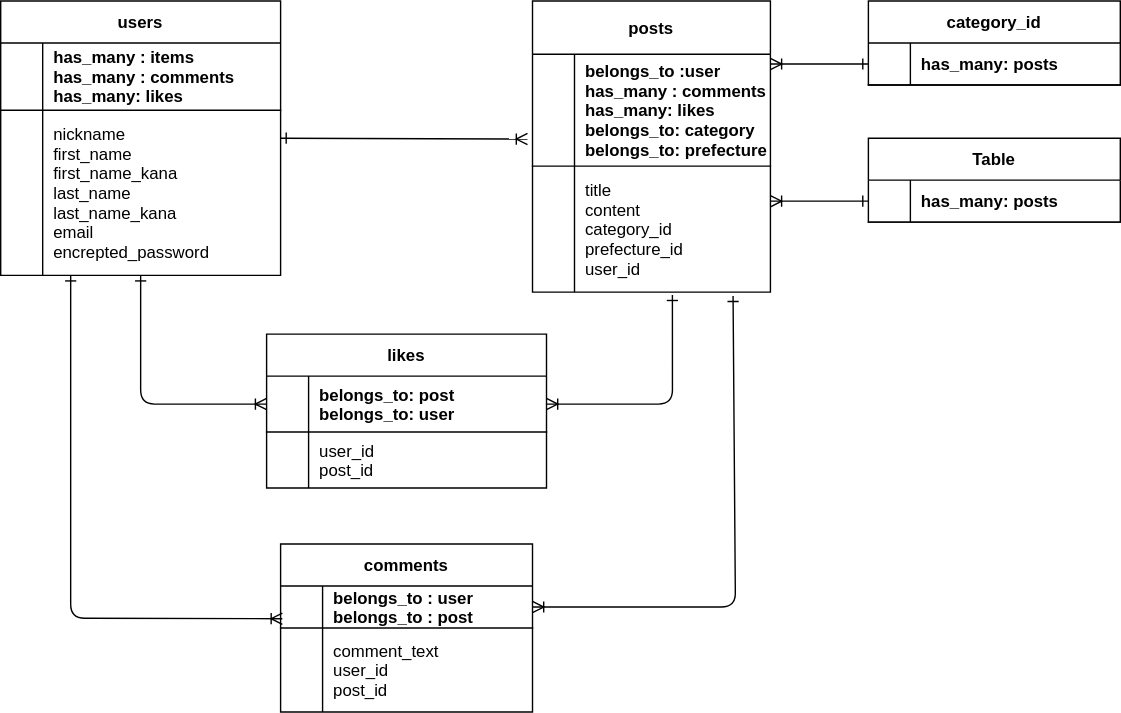
Earlier version of the draw.io export ER.drawio.svg (becko629/fathers_app). Source tidied: cells renumbered, new cells last; positions are measured from the earlier drawing's top-left corner, leaving out a move shared by most shapes. Source of this version:
```xml
<mxGraphModel>
  <root>
    <mxCell id="0" />
    <mxCell id="1" parent="0" />
    <mxCell id="2" style="edgeStyle=none;html=1;exitX=1;exitY=0.5;exitDx=0;exitDy=0;entryX=-0.021;entryY=0.758;entryDx=0;entryDy=0;entryPerimeter=0;endArrow=ERoneToMany;endFill=0;startArrow=ERone;startFill=0;" parent="1" edge="1" source="5" target="15">
      <mxGeometry relative="1" as="geometry" />
    </mxCell>
    <mxCell id="3" style="edgeStyle=none;html=1;exitX=0.25;exitY=1;exitDx=0;exitDy=0;entryX=0.007;entryY=-0.111;entryDx=0;entryDy=0;entryPerimeter=0;startArrow=ERone;startFill=0;endArrow=ERoneToMany;endFill=0;" parent="1" edge="1" source="5" target="25">
      <mxGeometry relative="1" as="geometry">
        <Array as="points">
          <mxPoint x="50" y="441" />
        </Array>
      </mxGeometry>
    </mxCell>
    <mxCell id="4" style="edgeStyle=none;html=1;exitX=0.5;exitY=1;exitDx=0;exitDy=0;entryX=0;entryY=0.5;entryDx=0;entryDy=0;startArrow=ERone;startFill=0;endArrow=ERoneToMany;endFill=0;" parent="1" edge="1" source="5" target="29">
      <mxGeometry relative="1" as="geometry">
        <Array as="points">
          <mxPoint x="100" y="288" />
        </Array>
      </mxGeometry>
    </mxCell>
    <mxCell id="5" value="users" style="shape=table;startSize=30;rowLines=0;fontStyle=1;align=center;" parent="1" vertex="1">
      <mxGeometry width="200" height="196" as="geometry" />
    </mxCell>
    <mxCell id="6" style="shape=tableRow;horizontal=0;startSize=0;swimlaneHead=0;swimlaneBody=0;fillColor=none;top=0;left=0;right=0;bottom=1;" parent="5" vertex="1">
      <mxGeometry y="30" width="200" height="48" as="geometry" />
    </mxCell>
    <mxCell id="7" style="shape=partialRectangle;fillColor=none;top=0;left=0;bottom=0;right=0;fontStyle=1;overflow=hidden;" parent="6" vertex="1">
      <mxGeometry width="30" height="48" as="geometry" />
    </mxCell>
    <mxCell id="8" value="has_many : items&#10;has_many : comments&#10;has_many: likes" style="shape=partialRectangle;fillColor=none;top=0;left=0;bottom=0;right=0;align=left;spacingLeft=6;fontStyle=1;overflow=hidden;" parent="6" vertex="1">
      <mxGeometry x="30" width="170" height="48" as="geometry" />
    </mxCell>
    <mxCell id="9" style="shape=tableRow;horizontal=0;startSize=0;swimlaneHead=0;swimlaneBody=0;fillColor=none;top=0;left=0;right=0;bottom=0;" parent="5" vertex="1">
      <mxGeometry y="78" width="200" height="118" as="geometry" />
    </mxCell>
    <mxCell id="10" style="shape=partialRectangle;fillColor=none;top=0;left=0;bottom=0;right=0;overflow=hidden;" parent="9" vertex="1">
      <mxGeometry width="30" height="118" as="geometry" />
    </mxCell>
    <mxCell id="11" value="nickname&#10;first_name&#10;first_name_kana&#10;last_name&#10;last_name_kana&#10;email&#10;encrepted_password" style="shape=partialRectangle;fillColor=none;top=0;left=0;bottom=0;right=0;align=left;spacingLeft=6;overflow=hidden;" parent="9" vertex="1">
      <mxGeometry x="30" width="170" height="118" as="geometry" />
    </mxCell>
    <mxCell id="12" style="edgeStyle=none;html=1;exitX=0.843;exitY=1.03;exitDx=0;exitDy=0;startArrow=ERone;startFill=0;endArrow=ERoneToMany;endFill=0;entryX=1;entryY=0.5;entryDx=0;entryDy=0;exitPerimeter=0;" parent="1" edge="1" source="18" target="22">
      <mxGeometry relative="1" as="geometry">
        <Array as="points">
          <mxPoint x="525" y="433" />
        </Array>
      </mxGeometry>
    </mxCell>
    <mxCell id="13" style="edgeStyle=none;html=1;exitX=0.588;exitY=1.022;exitDx=0;exitDy=0;entryX=1;entryY=0.5;entryDx=0;entryDy=0;startArrow=ERone;startFill=0;endArrow=ERoneToMany;endFill=0;exitPerimeter=0;" parent="1" edge="1" source="18" target="29">
      <mxGeometry relative="1" as="geometry">
        <Array as="points">
          <mxPoint x="480" y="288" />
        </Array>
      </mxGeometry>
    </mxCell>
    <mxCell id="14" value="posts" style="shape=table;startSize=38;rowLines=0;fontStyle=1;align=center;" parent="1" vertex="1">
      <mxGeometry x="380" width="170" height="208" as="geometry" />
    </mxCell>
    <mxCell id="15" style="shape=tableRow;horizontal=0;startSize=0;swimlaneHead=0;swimlaneBody=0;fillColor=none;points=[[0,0.5],[1,0.5]];portConstraint=eastwest;top=0;left=0;right=0;bottom=1;" parent="14" vertex="1">
      <mxGeometry y="38" width="170" height="80" as="geometry" />
    </mxCell>
    <mxCell id="16" style="shape=partialRectangle;fillColor=none;top=0;left=0;bottom=0;right=0;fontStyle=1;overflow=hidden;" parent="15" vertex="1">
      <mxGeometry width="30" height="80" as="geometry" />
    </mxCell>
    <mxCell id="17" value="belongs_to :user&#10;has_many : comments&#10;has_many: likes&#10;belongs_to: category&#10;belongs_to: prefecture" style="shape=partialRectangle;fillColor=none;top=0;left=0;bottom=0;right=0;align=left;spacingLeft=6;fontStyle=1;overflow=hidden;" parent="15" vertex="1">
      <mxGeometry x="30" width="140" height="80" as="geometry" />
    </mxCell>
    <mxCell id="18" style="shape=tableRow;horizontal=0;startSize=0;swimlaneHead=0;swimlaneBody=0;fillColor=none;points=[[0,0.5],[1,0.5]];portConstraint=eastwest;top=0;left=0;right=0;bottom=0;" parent="14" vertex="1">
      <mxGeometry y="118" width="170" height="90" as="geometry" />
    </mxCell>
    <mxCell id="19" style="shape=partialRectangle;fillColor=none;top=0;left=0;bottom=0;right=0;overflow=hidden;" parent="18" vertex="1">
      <mxGeometry width="30" height="90" as="geometry" />
    </mxCell>
    <mxCell id="20" value="title&#10;content&#10;category_id&#10;prefecture_id&#10;user_id" style="shape=partialRectangle;fillColor=none;top=0;left=0;bottom=0;right=0;align=left;spacingLeft=6;overflow=hidden;" parent="18" vertex="1">
      <mxGeometry x="30" width="140" height="90" as="geometry" />
    </mxCell>
    <mxCell id="21" value="comments" style="shape=table;startSize=30;rowLines=0;fontStyle=1;align=center;" parent="1" vertex="1">
      <mxGeometry x="200" y="388" width="180" height="120" as="geometry" />
    </mxCell>
    <mxCell id="22" style="shape=tableRow;horizontal=0;startSize=0;swimlaneHead=0;swimlaneBody=0;fillColor=none;points=[[0,0.5],[1,0.5]];portConstraint=eastwest;top=0;left=0;right=0;bottom=1;" parent="21" vertex="1">
      <mxGeometry y="30" width="180" height="30" as="geometry" />
    </mxCell>
    <mxCell id="23" style="shape=partialRectangle;fillColor=none;top=0;left=0;bottom=0;right=0;fontStyle=1;overflow=hidden;" parent="22" vertex="1">
      <mxGeometry width="30" height="30" as="geometry" />
    </mxCell>
    <mxCell id="24" value="belongs_to : user&#10;belongs_to : post" style="shape=partialRectangle;fillColor=none;top=0;left=0;bottom=0;right=0;align=left;spacingLeft=6;fontStyle=1;overflow=hidden;" parent="22" vertex="1">
      <mxGeometry x="30" width="150" height="30" as="geometry" />
    </mxCell>
    <mxCell id="25" style="shape=tableRow;horizontal=0;startSize=0;swimlaneHead=0;swimlaneBody=0;fillColor=none;points=[[0,0.5],[1,0.5]];portConstraint=eastwest;top=0;left=0;right=0;bottom=0;" parent="21" vertex="1">
      <mxGeometry y="60" width="180" height="60" as="geometry" />
    </mxCell>
    <mxCell id="26" style="shape=partialRectangle;fillColor=none;top=0;left=0;bottom=0;right=0;overflow=hidden;" parent="25" vertex="1">
      <mxGeometry width="30" height="60" as="geometry" />
    </mxCell>
    <mxCell id="27" value="comment_text&#10;user_id&#10;post_id" style="shape=partialRectangle;fillColor=none;top=0;left=0;bottom=0;right=0;align=left;spacingLeft=6;overflow=hidden;" parent="25" vertex="1">
      <mxGeometry x="30" width="150" height="60" as="geometry" />
    </mxCell>
    <mxCell id="28" value="likes" style="shape=table;startSize=30;rowLines=0;fontStyle=1;align=center;" parent="1" vertex="1">
      <mxGeometry x="190" y="238" width="200" height="110" as="geometry" />
    </mxCell>
    <mxCell id="29" style="shape=tableRow;horizontal=0;startSize=0;swimlaneHead=0;swimlaneBody=0;fillColor=none;points=[[0,0.5],[1,0.5]];portConstraint=eastwest;top=0;left=0;right=0;bottom=1;" parent="28" vertex="1">
      <mxGeometry y="30" width="200" height="40" as="geometry" />
    </mxCell>
    <mxCell id="30" style="shape=partialRectangle;fillColor=none;top=0;left=0;bottom=0;right=0;fontStyle=1;overflow=hidden;" parent="29" vertex="1">
      <mxGeometry width="30" height="40" as="geometry" />
    </mxCell>
    <mxCell id="31" value="belongs_to: post&#10;belongs_to: user" style="shape=partialRectangle;fillColor=none;top=0;left=0;bottom=0;right=0;align=left;spacingLeft=6;fontStyle=1;overflow=hidden;" parent="29" vertex="1">
      <mxGeometry x="30" width="170" height="40" as="geometry" />
    </mxCell>
    <mxCell id="32" style="shape=tableRow;horizontal=0;startSize=0;swimlaneHead=0;swimlaneBody=0;fillColor=none;top=0;left=0;right=0;bottom=0;" parent="28" vertex="1">
      <mxGeometry y="70" width="200" height="40" as="geometry" />
    </mxCell>
    <mxCell id="33" style="shape=partialRectangle;fillColor=none;top=0;left=0;bottom=0;right=0;overflow=hidden;" parent="32" vertex="1">
      <mxGeometry width="30" height="40" as="geometry" />
    </mxCell>
    <mxCell id="34" value="user_id&#10;post_id" style="shape=partialRectangle;fillColor=none;top=0;left=0;bottom=0;right=0;align=left;spacingLeft=6;overflow=hidden;" parent="32" vertex="1">
      <mxGeometry x="30" width="170" height="40" as="geometry" />
    </mxCell>
    <mxCell id="35" value="category_id" style="shape=table;startSize=30;rowLines=0;fontStyle=1;align=center;" parent="1" vertex="1">
      <mxGeometry x="620" width="180" height="60" as="geometry" />
    </mxCell>
    <mxCell id="36" style="shape=tableRow;horizontal=0;startSize=0;swimlaneHead=0;swimlaneBody=0;fillColor=none;points=[[0,0.5],[1,0.5]];portConstraint=eastwest;top=0;left=0;right=0;bottom=1;" parent="35" vertex="1">
      <mxGeometry y="30" width="180" height="30" as="geometry" />
    </mxCell>
    <mxCell id="37" style="shape=partialRectangle;fillColor=none;top=0;left=0;bottom=0;right=0;fontStyle=1;overflow=hidden;" parent="36" vertex="1">
      <mxGeometry width="30" height="30" as="geometry" />
    </mxCell>
    <mxCell id="38" value="has_many: posts" style="shape=partialRectangle;fillColor=none;top=0;left=0;bottom=0;right=0;align=left;spacingLeft=6;fontStyle=1;overflow=hidden;" parent="36" vertex="1">
      <mxGeometry x="30" width="150" height="30" as="geometry" />
    </mxCell>
    <mxCell id="39" value="Table" style="shape=table;startSize=30;rowLines=0;fontStyle=1;align=center;" parent="1" vertex="1">
      <mxGeometry x="620" y="98" width="180" height="60" as="geometry" />
    </mxCell>
    <mxCell id="40" style="shape=tableRow;horizontal=0;startSize=0;swimlaneHead=0;swimlaneBody=0;fillColor=none;points=[[0,0.5],[1,0.5]];portConstraint=eastwest;top=0;left=0;right=0;bottom=1;" parent="39" vertex="1">
      <mxGeometry y="30" width="180" height="30" as="geometry" />
    </mxCell>
    <mxCell id="41" style="shape=partialRectangle;fillColor=none;top=0;left=0;bottom=0;right=0;fontStyle=1;overflow=hidden;" parent="40" vertex="1">
      <mxGeometry width="30" height="30" as="geometry" />
    </mxCell>
    <mxCell id="42" value="has_many: posts" style="shape=partialRectangle;fillColor=none;top=0;left=0;bottom=0;right=0;align=left;spacingLeft=6;fontStyle=1;overflow=hidden;" parent="40" vertex="1">
      <mxGeometry x="30" width="150" height="30" as="geometry" />
    </mxCell>
    <mxCell id="43" style="edgeStyle=none;html=1;exitX=0;exitY=0.5;exitDx=0;exitDy=0;startArrow=ERone;startFill=0;endArrow=ERoneToMany;endFill=0;" parent="1" edge="1" source="36">
      <mxGeometry relative="1" as="geometry">
        <mxPoint x="550" y="45" as="targetPoint" />
      </mxGeometry>
    </mxCell>
    <mxCell id="44" style="edgeStyle=none;html=1;exitX=0;exitY=0.5;exitDx=0;exitDy=0;startArrow=ERone;startFill=0;endArrow=ERoneToMany;endFill=0;" parent="1" edge="1" source="40">
      <mxGeometry relative="1" as="geometry">
        <mxPoint x="550" y="143" as="targetPoint" />
      </mxGeometry>
    </mxCell>
  </root>
</mxGraphModel>
```
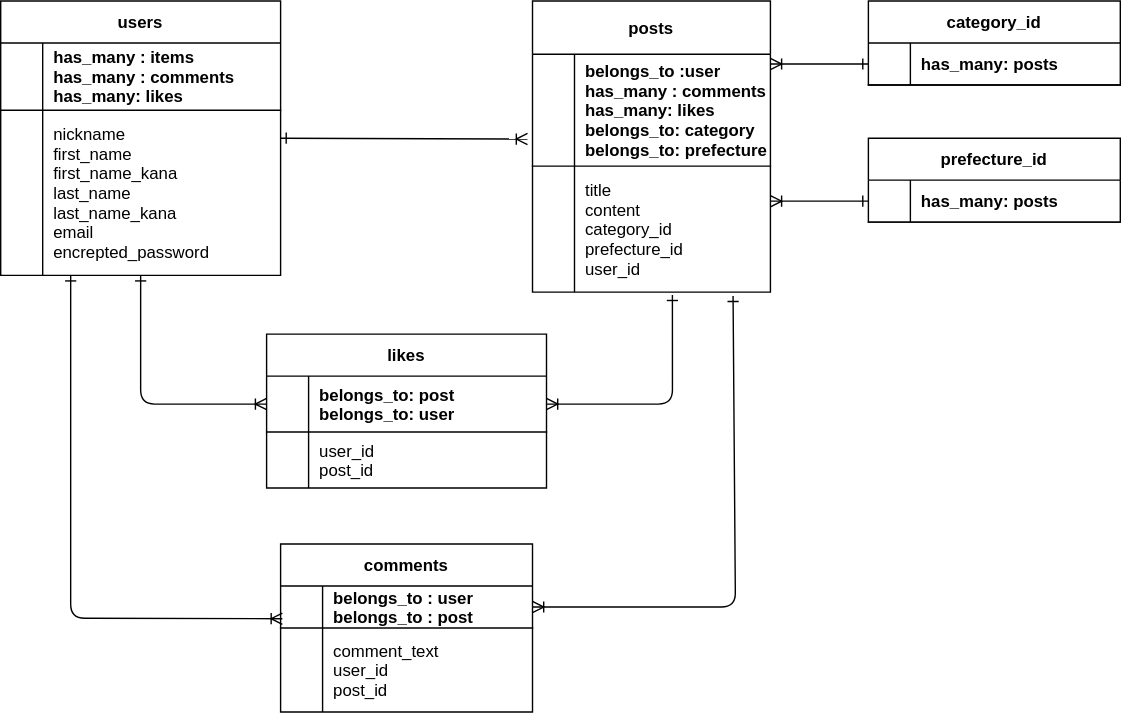
Later version of the same file.

Change to the diagram source:
```diff
@@ -129,7 +129,7 @@
     <mxCell id="38" value="has_many: posts" style="shape=partialRectangle;fillColor=none;top=0;left=0;bottom=0;right=0;align=left;spacingLeft=6;fontStyle=1;overflow=hidden;" parent="36" vertex="1">
       <mxGeometry x="30" width="150" height="30" as="geometry" />
     </mxCell>
-    <mxCell id="39" value="Table" style="shape=table;startSize=30;rowLines=0;fontStyle=1;align=center;" parent="1" vertex="1">
+    <mxCell id="39" value="prefecture_id" style="shape=table;startSize=30;rowLines=0;fontStyle=1;align=center;" parent="1" vertex="1">
       <mxGeometry x="620" y="98" width="180" height="60" as="geometry" />
     </mxCell>
     <mxCell id="40" style="shape=tableRow;horizontal=0;startSize=0;swimlaneHead=0;swimlaneBody=0;fillColor=none;points=[[0,0.5],[1,0.5]];portConstraint=eastwest;top=0;left=0;right=0;bottom=1;" parent="39" vertex="1">
```
